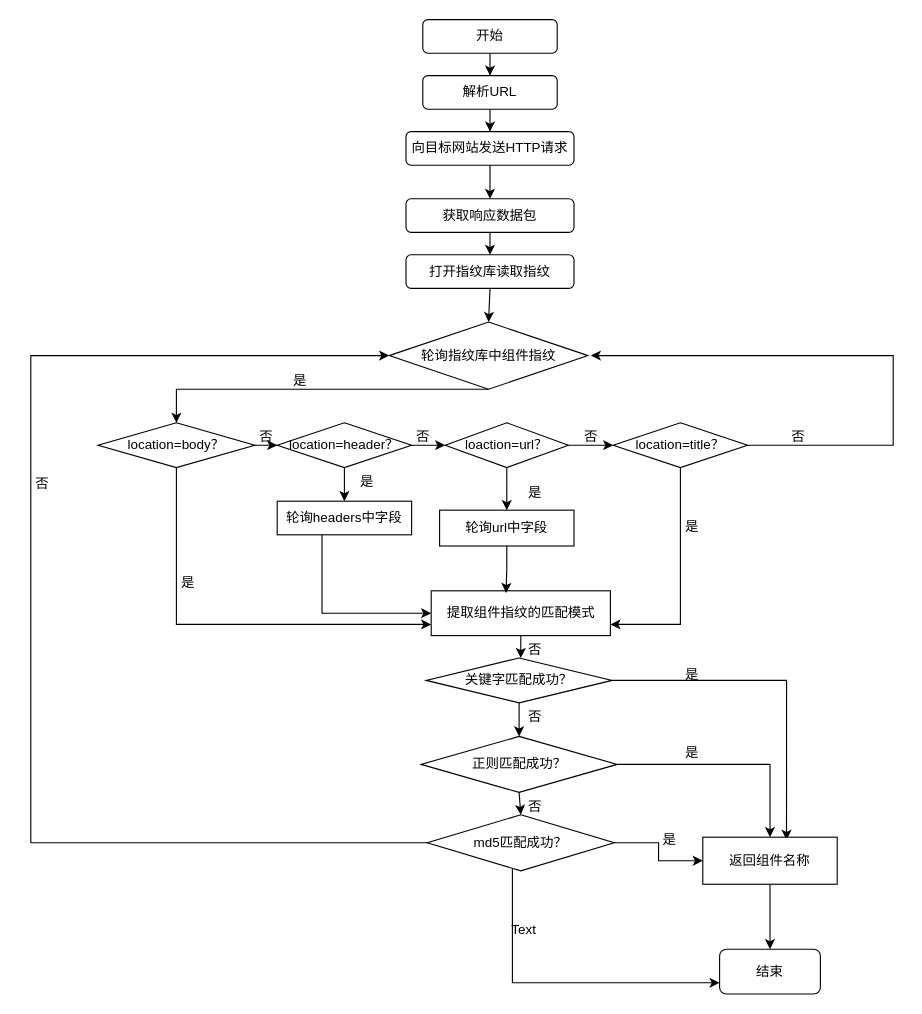
Earlier version of the draw.io diagram 毕设.drawio (yoyoOO123/img). Source tidied: cells renumbered, new cells numbered last; positions are measured from the earlier drawing's top-left corner, leaving out a move shared by most shapes. Both pictures are drawn from the tidied source at 112%, with x=0, y=0 at pixel (19, 19).
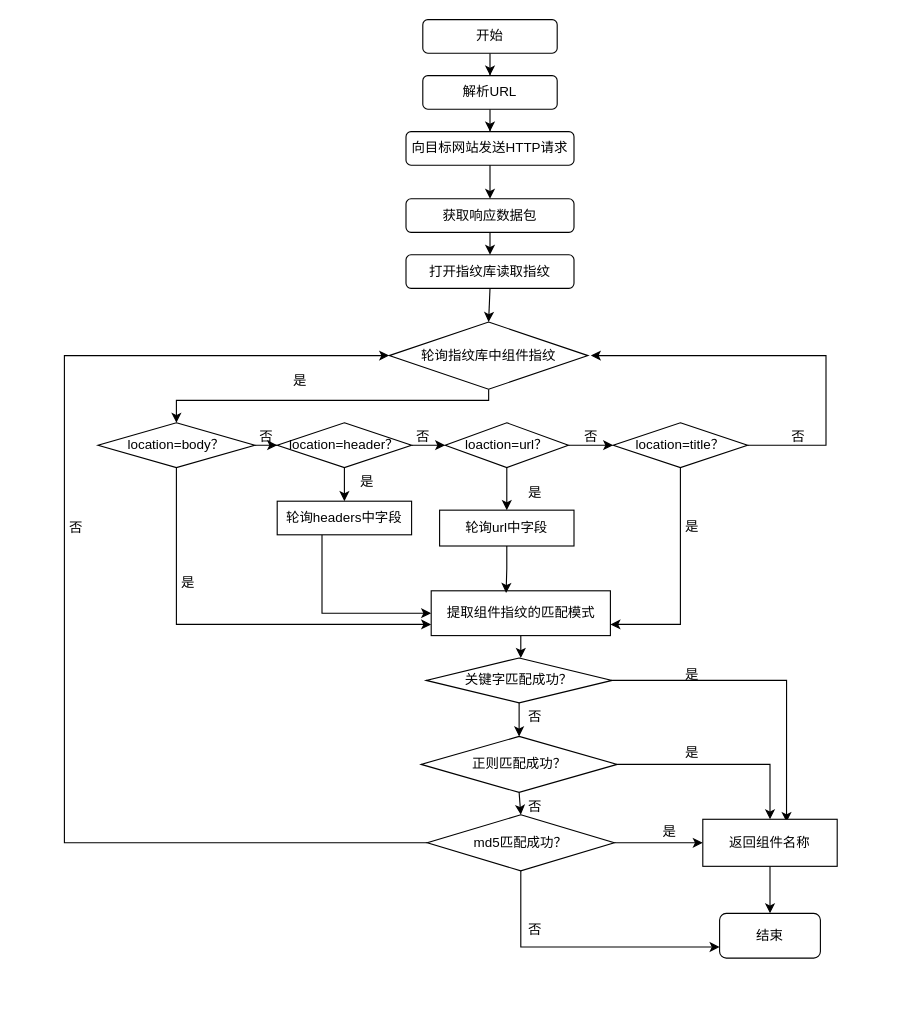
The same page after the edit.

Unchanged cells that the change refers to:
```xml
<mxCell id="10" value="轮询指纹库中组件指纹" style="rhombus;whiteSpace=wrap;html=1;" parent="1" vertex="1">
  <mxGeometry x="330" y="270" width="177.5" height="60" as="geometry" />
</mxCell>
<mxCell id="13" value="location=body？" style="rhombus;whiteSpace=wrap;html=1;" parent="1" vertex="1">
  <mxGeometry x="70" y="360" width="140" height="40" as="geometry" />
</mxCell>
<mxCell id="22" value="location=title？" style="rhombus;whiteSpace=wrap;html=1;" parent="1" vertex="1">
  <mxGeometry x="530" y="360" width="120" height="40" as="geometry" />
</mxCell>
<mxCell id="44" value="md5匹配成功？" style="rhombus;whiteSpace=wrap;html=1;" parent="1" vertex="1">
  <mxGeometry x="364" y="710" width="167" height="50" as="geometry" />
</mxCell>
```

Diff of the diagram source:
```diff
@@
     <mxCell id="9" style="edgeStyle=orthogonalEdgeStyle;rounded=0;jettySize=auto;html=1;entryX=0.5;entryY=0;entryDx=0;entryDy=0;" parent="1" edge="1" source="10" target="13">
       <mxGeometry relative="1" as="geometry">
         <Array as="points">
-          <mxPoint x="140" y="330" />
+          <mxPoint x="419" y="340" />
+          <mxPoint x="140" y="340" />
         </Array>
       </mxGeometry>
     </mxCell>
@@
     <mxCell id="20" style="edgeStyle=orthogonalEdgeStyle;rounded=0;jettySize=auto;html=1;" parent="1" edge="1" source="22">
       <mxGeometry relative="1" as="geometry">
         <mxPoint x="510" y="300" as="targetPoint" />
         <Array as="points">
-          <mxPoint x="780" y="380" />
-          <mxPoint x="780" y="300" />
+          <mxPoint x="720" y="380" />
+          <mxPoint x="720" y="300" />
         </Array>
       </mxGeometry>
     </mxCell>
@@
     <mxCell id="35" value="否" style="text;html=1;align=center;verticalAlign=middle;strokeColor=none;fillColor=none;" parent="1" vertex="1">
-      <mxGeometry y="400" width="40" height="30" as="geometry" />
+      <mxGeometry x="30" y="439" width="40" height="30" as="geometry" />
     </mxCell>
@@
+    <mxCell id="43" style="edgeStyle=orthogonalEdgeStyle;rounded=0;jettySize=auto;html=1;entryX=0;entryY=0.5;entryDx=0;entryDy=0;" parent="1" edge="1" source="44" target="10">
+      <mxGeometry relative="1" as="geometry">
+        <Array as="points">
+          <mxPoint x="40" y="735" />
+          <mxPoint x="40" y="300" />
+        </Array>
+      </mxGeometry>
+    </mxCell>
     <mxCell id="42" style="edgeStyle=orthogonalEdgeStyle;rounded=0;jettySize=auto;html=1;entryX=0;entryY=0.75;entryDx=0;entryDy=0;" parent="1" edge="1" source="44" target="54">
       <mxGeometry relative="1" as="geometry">
         <Array as="points">
-          <mxPoint x="440" y="860" />
+          <mxPoint x="448" y="828" />
         </Array>
       </mxGeometry>
     </mxCell>
-    <mxCell id="43" style="edgeStyle=orthogonalEdgeStyle;rounded=0;jettySize=auto;html=1;entryX=0;entryY=0.5;entryDx=0;entryDy=0;" parent="1" edge="1" source="44" target="10">
-      <mxGeometry relative="1" as="geometry">
-        <Array as="points">
-          <mxPoint x="10" y="735" />
-          <mxPoint x="10" y="300" />
-        </Array>
-      </mxGeometry>
-    </mxCell>
@@
-    <mxCell id="46" value="否" style="text;html=1;align=center;verticalAlign=middle;strokeColor=none;fillColor=none;" parent="1" vertex="1">
-      <mxGeometry x="440" y="548" width="40" height="30" as="geometry" />
-    </mxCell>
@@
     <mxCell id="50" value="返回组件名称" style="rounded=0;whiteSpace=wrap;html=1;" parent="1" vertex="1">
-      <mxGeometry x="610" y="730" width="120" height="42" as="geometry" />
+      <mxGeometry x="610" y="714" width="120" height="42" as="geometry" />
     </mxCell>
@@
     <mxCell id="53" value="是" style="text;html=1;align=center;verticalAlign=middle;strokeColor=none;fillColor=none;" parent="1" vertex="1">
-      <mxGeometry x="560" y="718" width="40" height="30" as="geometry" />
+      <mxGeometry x="560" y="710" width="40" height="30" as="geometry" />
     </mxCell>
     <mxCell id="54" value="结束" style="rounded=1;whiteSpace=wrap;html=1;" parent="1" vertex="1">
-      <mxGeometry x="625" y="830" width="90" height="40" as="geometry" />
+      <mxGeometry x="625" y="798" width="90" height="40" as="geometry" />
     </mxCell>
-    <mxCell id="55" value="Text" style="text;html=1;align=center;verticalAlign=middle;strokeColor=none;fillColor=none;" parent="1" vertex="1">
-      <mxGeometry x="425" y="798" width="50" height="30" as="geometry" />
+    <mxCell id="55" value="否" style="text;html=1;align=center;verticalAlign=middle;strokeColor=none;fillColor=none;" parent="1" vertex="1">
+      <mxGeometry x="440" y="798" width="40" height="30" as="geometry" />
     </mxCell>
```
